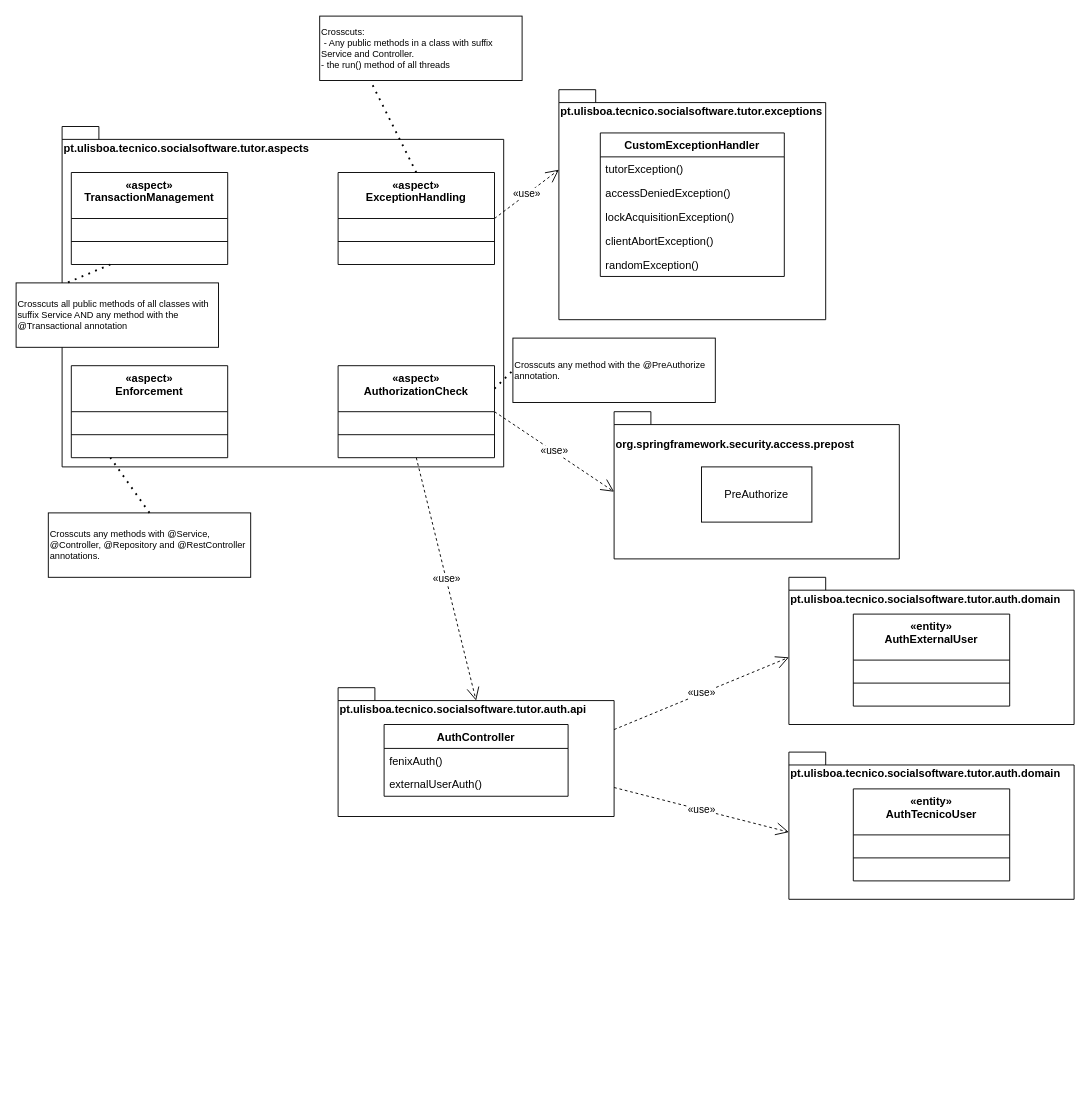
This is documentation/draw.io projects/Aspects View Primary Presentation.drawio from dmmnjaws/ASoft-2020-2021-quizzes-tutor-arquitecture-documentation, a draw.io file, before an edit. Source tidied: cells renumbered, new cells numbered last; positions are measured from the earlier drawing's top-left corner, leaving out a move shared by most shapes. Both pictures are drawn from the tidied source at 92%, with x=0, y=0 at pixel (16, 16).
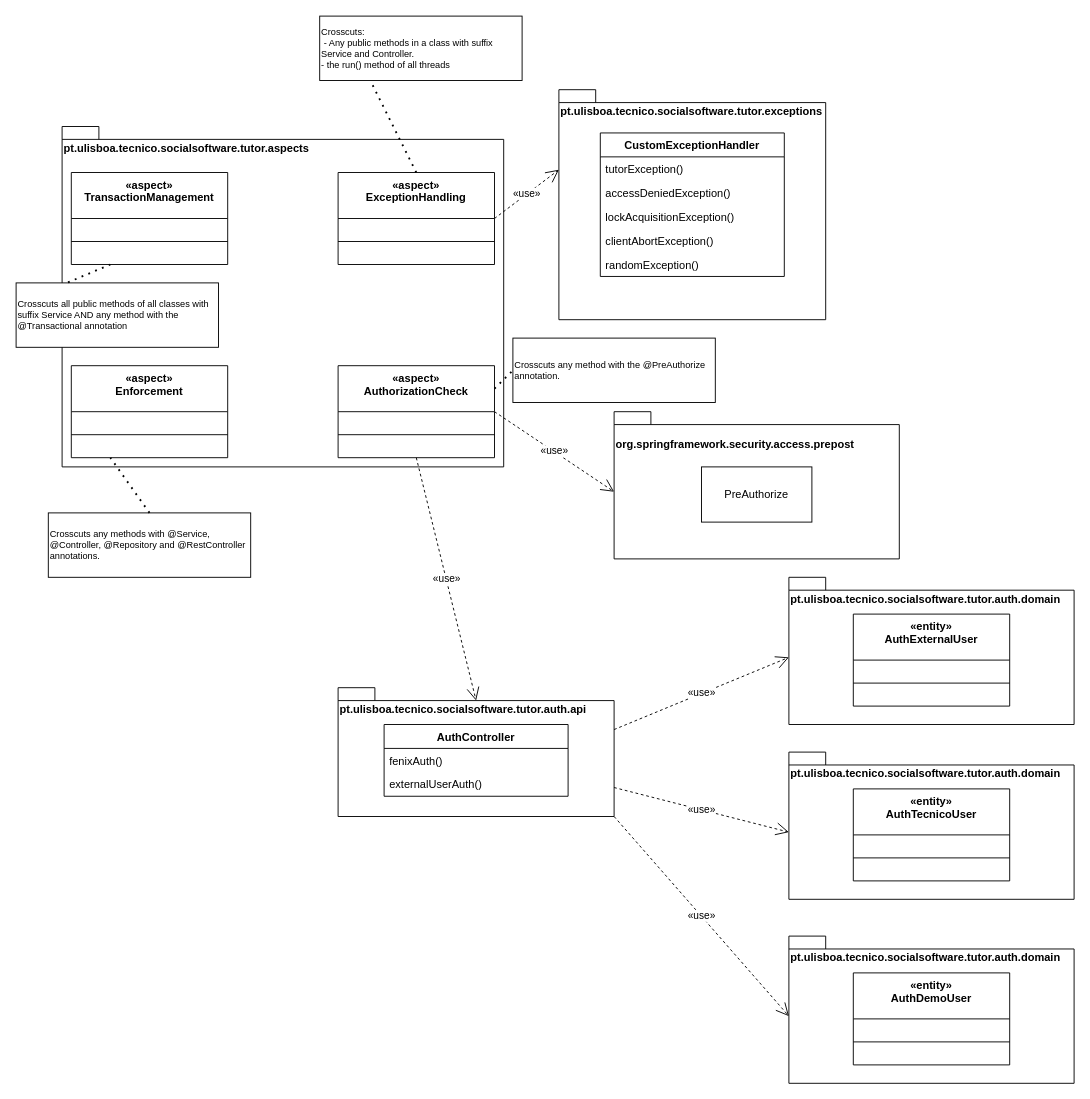
After the change.

The change refers to these unchanged cells:
```xml
<mxCell id="11" value="pt.ulisboa.tecnico.socialsoftware.tutor.auth.api" style="shape=folder;fontStyle=1;spacingTop=10;tabWidth=40;tabHeight=14;tabPosition=left;html=1;align=left;verticalAlign=top;" parent="1" vertex="1">
  <mxGeometry x="350" y="730" width="300" height="140" as="geometry" />
</mxCell>
```

What changed in the source:
```diff
@@
+    <mxCell id="43" value="pt.ulisboa.tecnico.socialsoftware.tutor.auth.domain" style="shape=folder;fontStyle=1;spacingTop=10;tabWidth=40;tabHeight=14;tabPosition=left;align=left;verticalAlign=top;html=1;" parent="1" vertex="1">
+      <mxGeometry x="840" y="1000" width="310" height="160" as="geometry" />
+    </mxCell>
+    <mxCell id="44" value="«entity»&#10;AuthDemoUser" style="swimlane;fontStyle=1;align=center;verticalAlign=top;horizontal=1;startSize=50;" parent="1" vertex="1">
+      <mxGeometry x="910" y="1040" width="170" height="100" as="geometry" />
+    </mxCell>
+    <mxCell id="45" style="line;strokeWidth=1;fillColor=none;align=left;verticalAlign=middle;spacingTop=-1;spacingLeft=3;spacingRight=3;labelPosition=right;" parent="44" vertex="1">
+      <mxGeometry y="50" width="170" height="50" as="geometry" />
+    </mxCell>
+    <mxCell id="46" value="«use»" style="endArrow=open;endSize=12;dashed=1;html=1;exitX=0;exitY=0;exitDx=300;exitDy=140;entryX=0;entryY=0;entryDx=0;entryDy=87;entryPerimeter=0;exitPerimeter=0;" parent="1" edge="1" source="11" target="43">
+      <mxGeometry relative="1" as="geometry" />
+    </mxCell>
```
